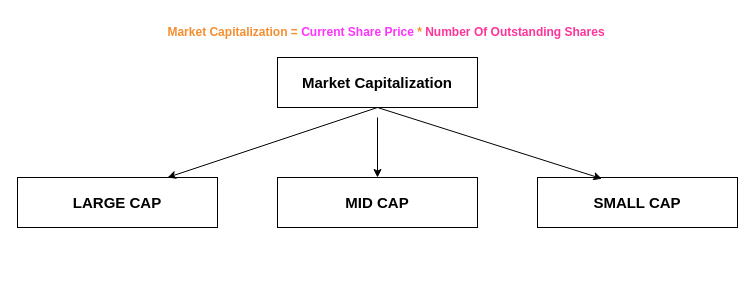
Earlier version of the draw.io diagram Share_Market.drawio (rishant/draw.io). Source tidied: cells renumbered, new cells numbered last; positions are measured from the earlier drawing's top-left corner, leaving out a move shared by most shapes. Both pictures are drawn from the tidied source at 100%, with x=0, y=0 at pixel (17, 17).
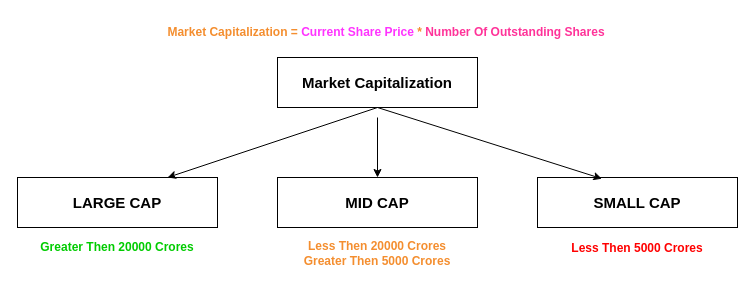
The same diagram, later.

Diff of the diagram source:
```diff
@@
 <mxGraphModel>
   <root>
     <mxCell id="0" />
     <mxCell id="1" parent="0" />
     <mxCell id="2" value="Market Capitalization" style="text;html=1;align=center;verticalAlign=middle;whiteSpace=wrap;rounded=0;fontStyle=1;fontSize=15;fillColor=default;strokeColor=default;" parent="1" vertex="1">
       <mxGeometry x="260" y="40" width="200" height="50" as="geometry" />
     </mxCell>
     <mxCell id="3" value="LARGE CAP" style="text;html=1;align=center;verticalAlign=middle;whiteSpace=wrap;rounded=0;fontStyle=1;fontSize=15;fillColor=default;strokeColor=default;" parent="1" vertex="1">
       <mxGeometry y="160" width="200" height="50" as="geometry" />
     </mxCell>
     <mxCell id="4" value="MID CAP" style="text;html=1;align=center;verticalAlign=middle;whiteSpace=wrap;rounded=0;fontStyle=1;fontSize=15;fillColor=default;strokeColor=default;" parent="1" vertex="1">
       <mxGeometry x="260" y="160" width="200" height="50" as="geometry" />
     </mxCell>
     <mxCell id="5" value="SMALL CAP" style="text;html=1;align=center;verticalAlign=middle;whiteSpace=wrap;rounded=0;fontStyle=1;fontSize=15;fillColor=default;strokeColor=default;" parent="1" vertex="1">
       <mxGeometry x="520" y="160" width="200" height="50" as="geometry" />
     </mxCell>
     <mxCell id="6" style="endArrow=classic;html=1;rounded=0;exitX=0.5;exitY=1;exitDx=0;exitDy=0;entryX=0.75;entryY=0;entryDx=0;entryDy=0;" parent="1" edge="1" source="2" target="3">
       <mxGeometry relative="1" as="geometry" />
     </mxCell>
     <mxCell id="7" style="endArrow=classic;html=1;rounded=0;entryX=0.5;entryY=0;entryDx=0;entryDy=0;" parent="1" edge="1" target="4">
       <mxGeometry relative="1" as="geometry">
         <mxPoint x="360" y="100" as="sourcePoint" />
       </mxGeometry>
     </mxCell>
     <mxCell id="8" style="endArrow=classic;html=1;rounded=0;entryX=0.322;entryY=0.024;entryDx=0;entryDy=0;entryPerimeter=0;exitX=0.5;exitY=1;exitDx=0;exitDy=0;" parent="1" edge="1" source="2" target="5">
       <mxGeometry relative="1" as="geometry" />
     </mxCell>
     <mxCell id="9" value="Market Capitalization = &lt;font color=&quot;#ff33ff&quot;&gt;Current Share Price&lt;/font&gt; * &lt;font color=&quot;#ff3399&quot;&gt;Number Of Outstanding Shares&lt;/font&gt;" style="text;html=1;align=center;verticalAlign=middle;whiteSpace=wrap;rounded=0;fontStyle=1;fontColor=#f48e2f;" parent="1" vertex="1">
       <mxGeometry x="129" width="480" height="30" as="geometry" />
     </mxCell>
+    <mxCell id="10" value="Less Then 20000 Crores&lt;div&gt;Greater Then 5000 Crores&lt;/div&gt;" style="text;html=1;align=center;verticalAlign=middle;whiteSpace=wrap;rounded=0;fontStyle=1;fontColor=#f48e2f;" parent="1" vertex="1">
+      <mxGeometry x="260" y="216" width="200" height="40" as="geometry" />
+    </mxCell>
+    <mxCell id="11" value="&lt;div&gt;Greater Then&amp;nbsp;&lt;span style=&quot;background-color: initial;&quot;&gt;20000 Crores&lt;/span&gt;&lt;/div&gt;" style="text;html=1;align=center;verticalAlign=middle;whiteSpace=wrap;rounded=0;fontStyle=1;fontColor=#00CC00;" parent="1" vertex="1">
+      <mxGeometry y="215" width="200" height="30" as="geometry" />
+    </mxCell>
+    <mxCell id="12" value="&lt;div&gt;&lt;span style=&quot;background-color: initial;&quot;&gt;Less&lt;/span&gt;&amp;nbsp;Then 5000 Crores&lt;/div&gt;" style="text;html=1;align=center;verticalAlign=middle;whiteSpace=wrap;rounded=0;fontStyle=1;fontColor=#FF0000;" parent="1" vertex="1">
+      <mxGeometry x="520" y="216" width="200" height="30" as="geometry" />
+    </mxCell>
   </root>
 </mxGraphModel>
```
